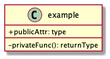
Earlier version of the PlantUML export UML/UML.png (CMPUT301W21T03/Experiment-Automata).
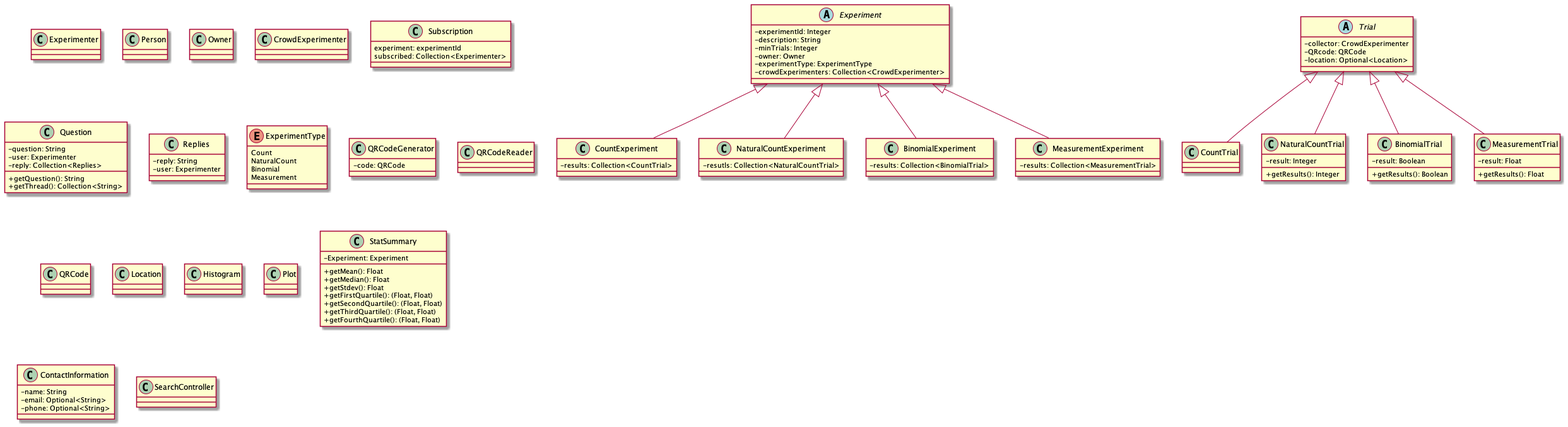
Above is the later version.

Commit message:
Added attributes to every class we discussed and added a few more where it made sense as developing. Lots of comments for things I was uncertain/unclear about.

Change to the diagram source:
```diff
@@ -1,9 +1,130 @@
 @startuml UML
 skinparam classAttributeIconSize 0
 
-class example {
-    + publicAttr: type
-    - privateFunc(): returnType
+class Experimenter {
+}
+
+class Person {
+}
+
+class Owner {
+}
+
+class CrowdExperimenter {
+}
+
+class Subscription {
+    experiment: experimentId
+    subscribed: Collection<Experimenter>
+}
+
+class Question {
+    -question: String
+    -user: Experimenter
+    -reply: Collection<Replies>
+    +getQuestion(): String
+    +getThread(): Collection<String>
+}
+
+class Replies {
+    -reply: String
+    -user: Experimenter
+}
+
+enum ExperimentType {
+    Count
+    NaturalCount
+    Binomial
+    Measurement
+}
+
+abstract class Experiment {
+    -experimentId: Integer
+    -description: String
+    -minTrials: Integer
+    -owner: Owner
+    -experimentType: ExperimentType
+    -crowdExperimenters: Collection<CrowdExperimenter>
+}
+
+class CountExperiment extends Experiment {
+    -results: Collection<CountTrial>
+}
+
+class NaturalCountExperiment extends Experiment {
+    -resutls: Collection<NaturalCountTrial>
+}
+
+class BinomialExperiment extends Experiment {
+    -results: Collection<BinomialTrial>
+}
+
+class MeasurementExperiment extends Experiment {
+    -results: Collection<MeasurementTrial>
+}
+
+abstract class Trial {
+    -collector: CrowdExperimenter
+    -QRcode: QRCode
+    -location: Optional<Location>
+}
+
+class CountTrial extends Trial {
+}
+
+class NaturalCountTrial extends Trial {
+    -result: Integer
+    +getResults(): Integer
+}
+
+class BinomialTrial extends Trial {
+    -result: Boolean
+    +getResults(): Boolean
+}
+
+class MeasurementTrial extends Trial {
+    -result: Float
+    +getResults(): Float
+}
+
+class QRCodeGenerator {
+    -code: QRCode
+}
+
+class QRCodeReader {
+}
+
+class QRCode {
+}
+
+class Location {
+}
+
+class Histogram {
+}
+
+class Plot {
+
+}
+
+class StatSummary {
+    -Experiment: Experiment
+    +getMean(): Float
+    +getMedian(): Float
+    +getStdev(): Float
+    +getFirstQuartile(): (Float, Float)
+    +getSecondQuartile(): (Float, Float)
+    +getThirdQuartile(): (Float, Float)
+    +getFourthQuartile(): (Float, Float)
+}
+
+class ContactInformation {
+    -name: String
+    -email: Optional<String>
+    -phone: Optional<String>
+}
+
+class SearchController {
 }
 
 @enduml
```
